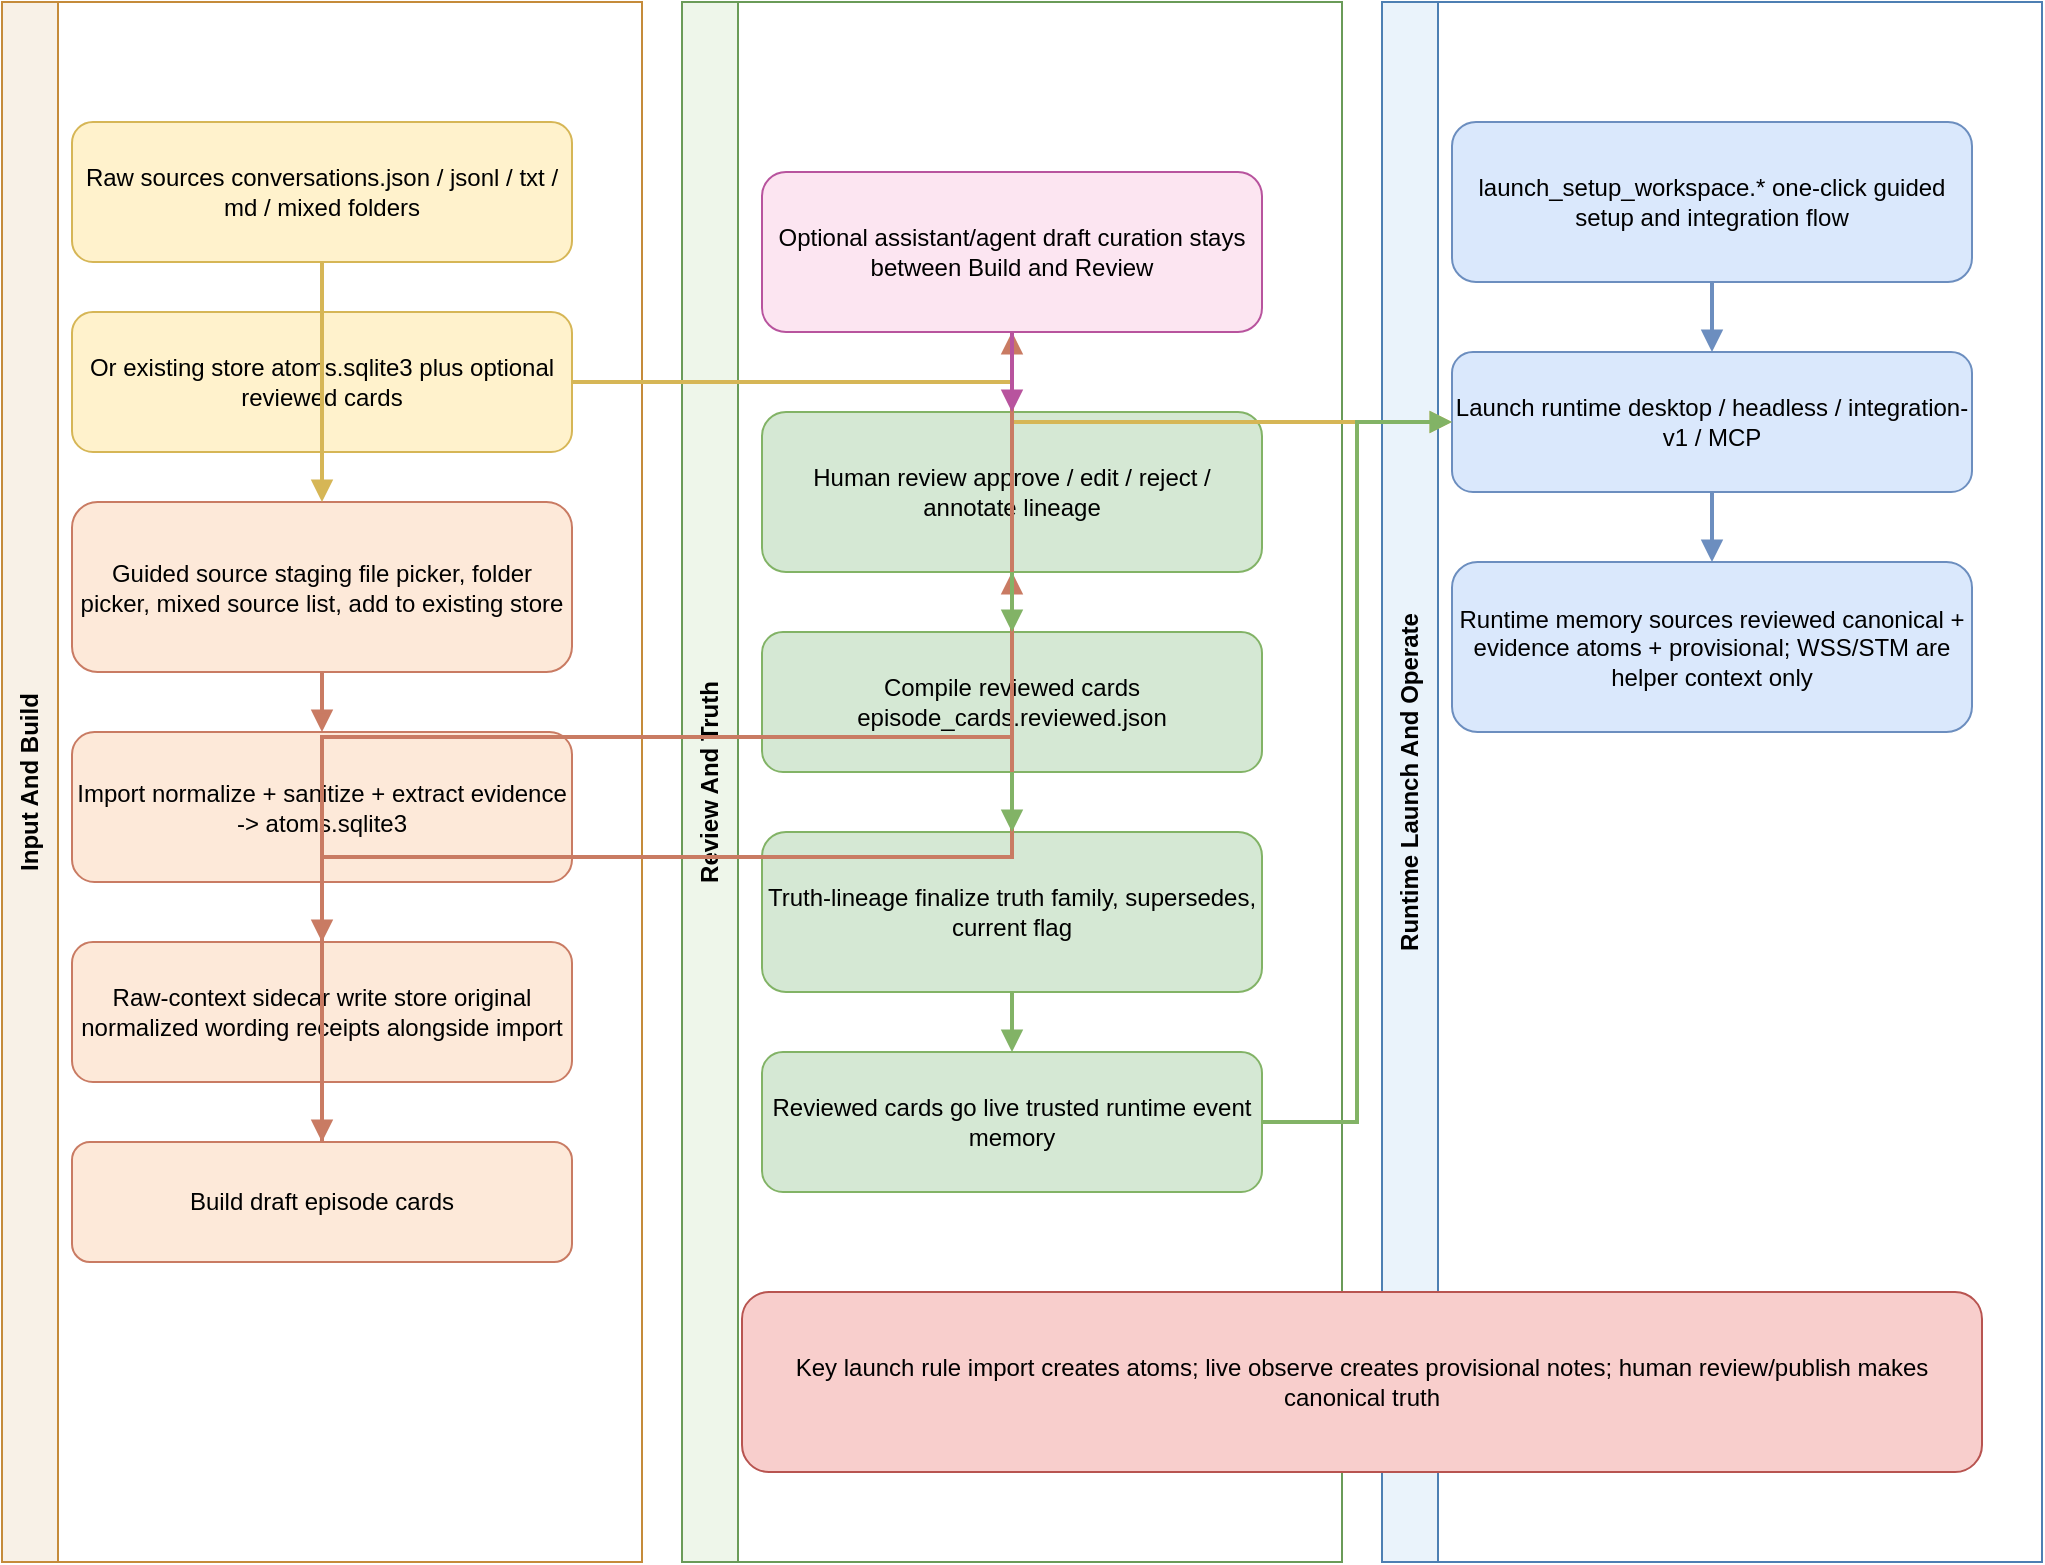
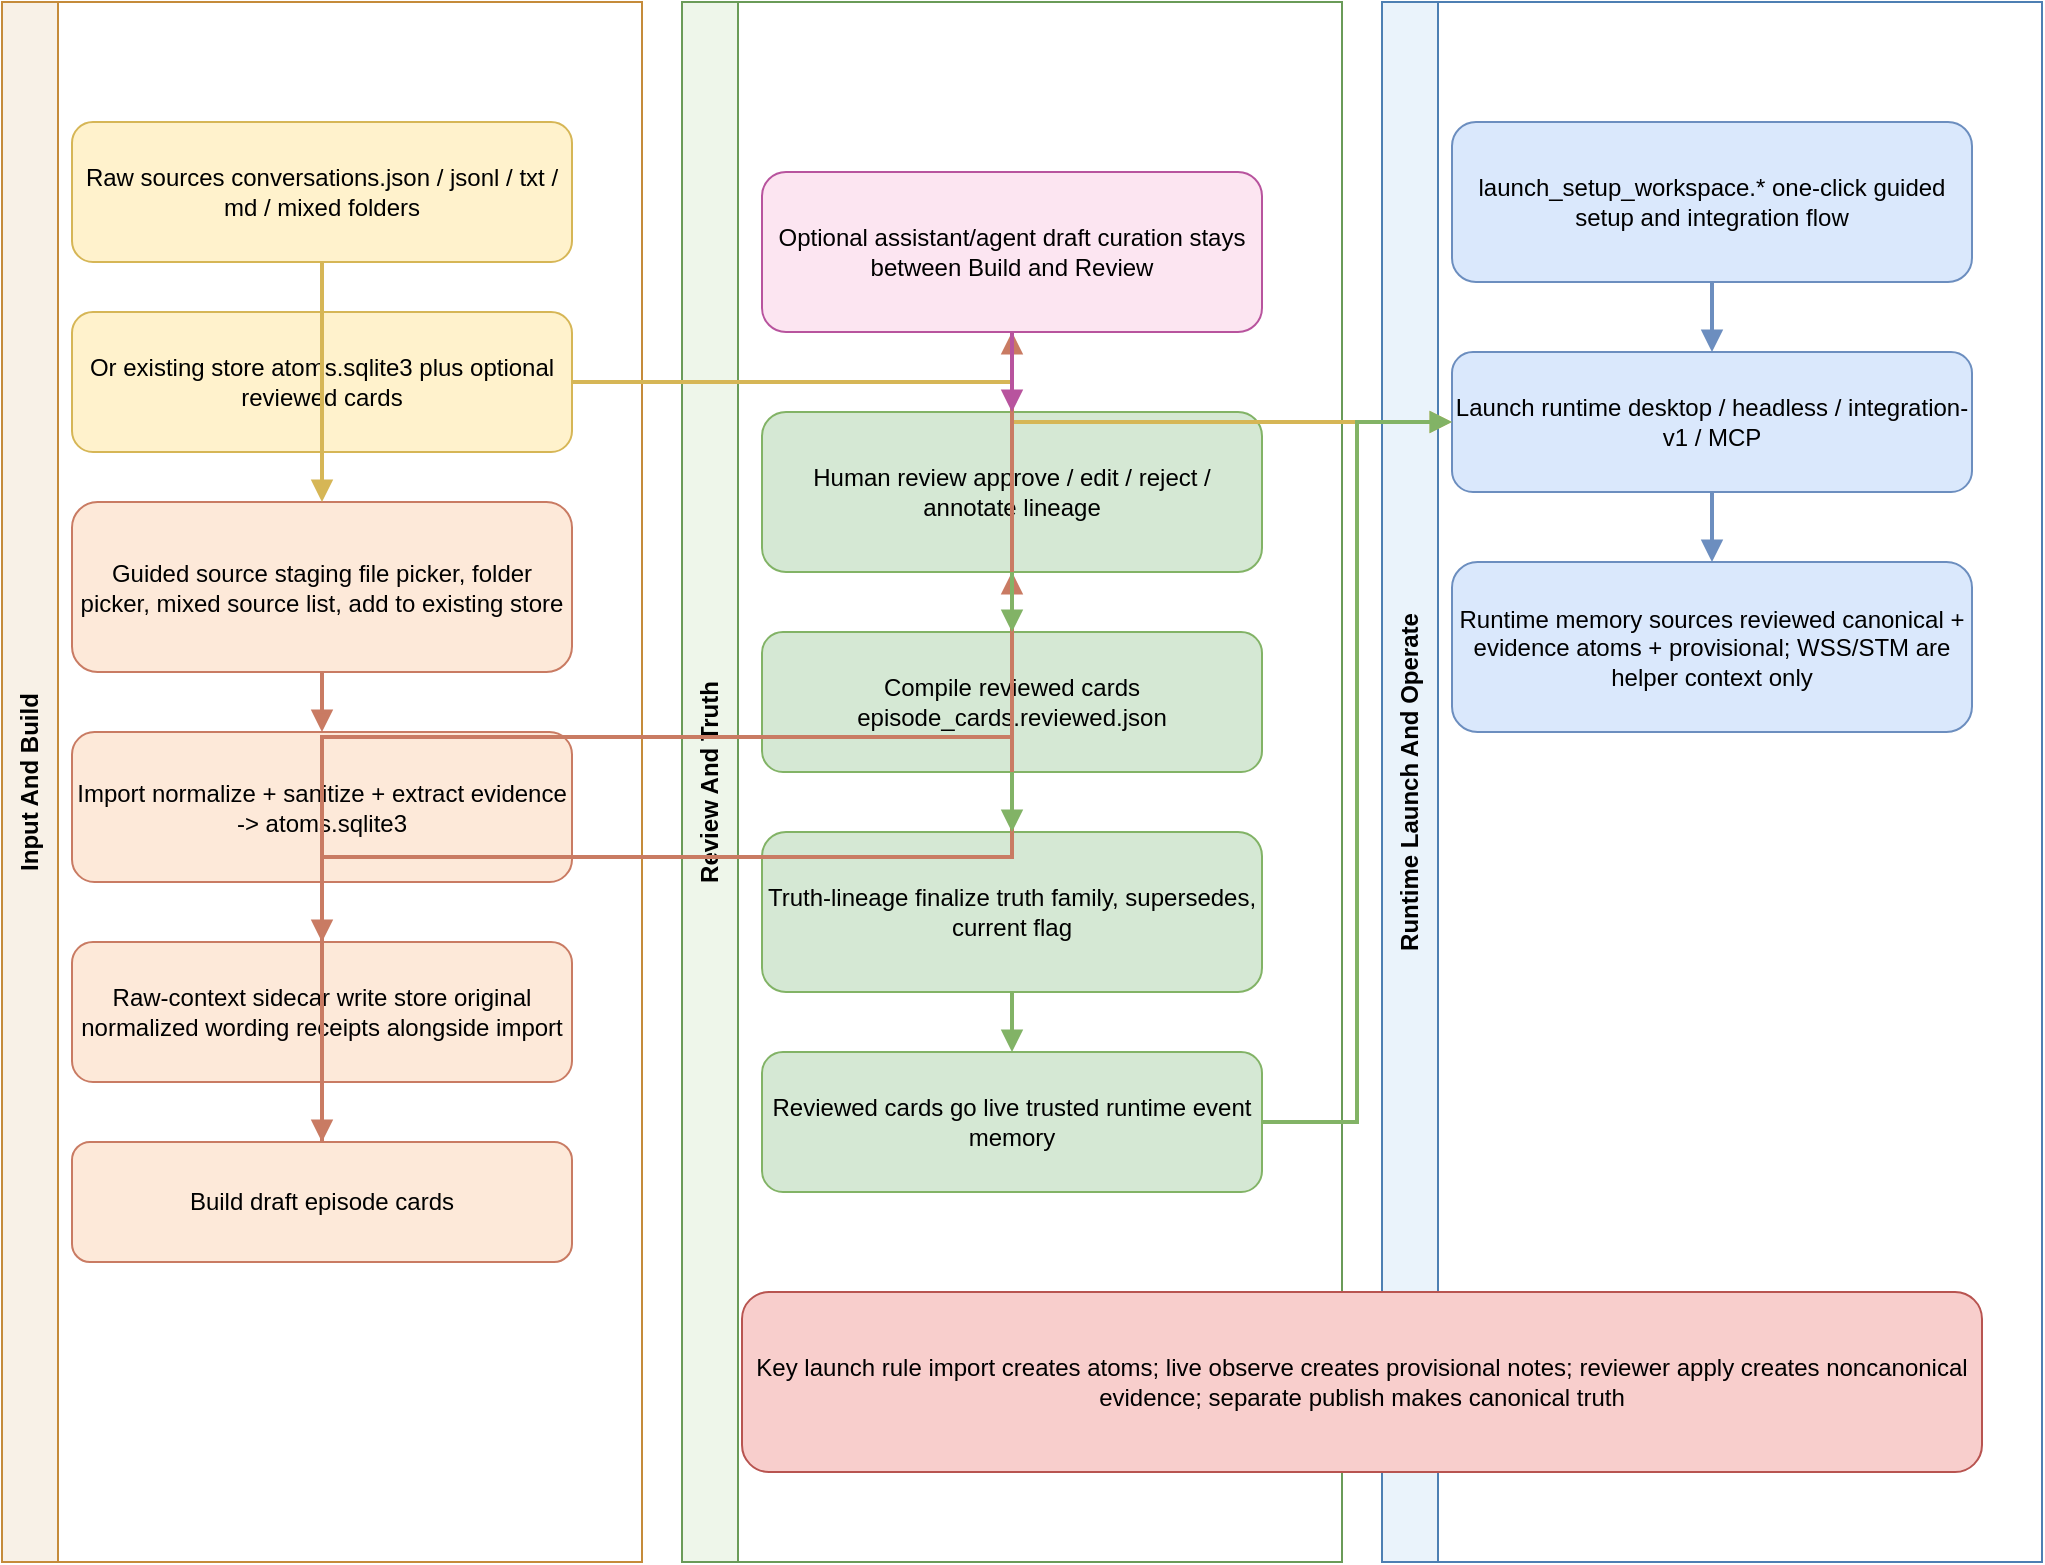
<mxfile host="app.diagrams.net" modified="2026-04-12T23:30:00.000Z" agent="Codex" version="24.7.17">
  <diagram id="launch-pipeline-engineering" name="Engineering Pipeline">
    <mxGraphModel dx="1650" dy="1050" grid="1" gridSize="10" guides="1" tooltips="1" connect="1" arrows="1" fold="1" page="1" pageScale="1" pageWidth="1600" pageHeight="980" math="0" shadow="0">
      <root>
        <mxCell id="0" />
        <mxCell id="1" parent="0" />
        <mxCell id="lane1" value="Input And Build" style="swimlane;whiteSpace=wrap;html=1;rounded=0;horizontal=0;startSize=28;fontStyle=1;fillColor=#f8f1e7;strokeColor=#c58b3a;" vertex="1" parent="1">
          <mxGeometry x="20" y="20" width="320" height="780" as="geometry" />
        </mxCell>
        <mxCell id="lane2" value="Review And Truth" style="swimlane;whiteSpace=wrap;html=1;rounded=0;horizontal=0;startSize=28;fontStyle=1;fillColor=#eef6ea;strokeColor=#6a9b58;" vertex="1" parent="1">
          <mxGeometry x="360" y="20" width="330" height="780" as="geometry" />
        </mxCell>
        <mxCell id="lane3" value="Runtime Launch And Operate" style="swimlane;whiteSpace=wrap;html=1;rounded=0;horizontal=0;startSize=28;fontStyle=1;fillColor=#eaf3fb;strokeColor=#4d7fb3;" vertex="1" parent="1">
          <mxGeometry x="710" y="20" width="330" height="780" as="geometry" />
        </mxCell>
        <mxCell id="l1" value="Raw sources&amp;#10;conversations.json / jsonl / txt / md / mixed folders" style="rounded=1;whiteSpace=wrap;html=1;fillColor=#fff2cc;strokeColor=#d6b656;" vertex="1" parent="1">
          <mxGeometry x="55" y="80" width="250" height="70" as="geometry" />
        </mxCell>
        <mxCell id="l2" value="Or existing store&amp;#10;atoms.sqlite3 plus optional reviewed cards" style="rounded=1;whiteSpace=wrap;html=1;fillColor=#fff2cc;strokeColor=#d6b656;" vertex="1" parent="1">
          <mxGeometry x="55" y="175" width="250" height="70" as="geometry" />
        </mxCell>
        <mxCell id="l3" value="Guided source staging&amp;#10;file picker, folder picker, mixed source list, add to existing store" style="rounded=1;whiteSpace=wrap;html=1;fillColor=#fde9d9;strokeColor=#c97b63;" vertex="1" parent="1">
          <mxGeometry x="55" y="270" width="250" height="85" as="geometry" />
        </mxCell>
        <mxCell id="l4" value="Import&amp;#10;normalize + sanitize + extract evidence -&amp;gt; atoms.sqlite3" style="rounded=1;whiteSpace=wrap;html=1;fillColor=#fde9d9;strokeColor=#c97b63;" vertex="1" parent="1">
          <mxGeometry x="55" y="385" width="250" height="75" as="geometry" />
        </mxCell>
        <mxCell id="l5" value="Raw-context sidecar write&amp;#10;store original normalized wording receipts alongside import" style="rounded=1;whiteSpace=wrap;html=1;fillColor=#fde9d9;strokeColor=#c97b63;" vertex="1" parent="1">
          <mxGeometry x="55" y="490" width="250" height="70" as="geometry" />
        </mxCell>
        <mxCell id="l6" value="Build draft episode cards" style="rounded=1;whiteSpace=wrap;html=1;fillColor=#fde9d9;strokeColor=#c97b63;" vertex="1" parent="1">
          <mxGeometry x="55" y="590" width="250" height="60" as="geometry" />
        </mxCell>
        <mxCell id="l7" value="Optional assistant/agent draft curation&amp;#10;stays between Build and Review" style="rounded=1;whiteSpace=wrap;html=1;fillColor=#fce5f1;strokeColor=#b8549e;" vertex="1" parent="1">
          <mxGeometry x="400" y="105" width="250" height="80" as="geometry" />
        </mxCell>
        <mxCell id="l8" value="Human review&amp;#10;approve / edit / reject / annotate lineage" style="rounded=1;whiteSpace=wrap;html=1;fillColor=#d5e8d4;strokeColor=#82b366;" vertex="1" parent="1">
          <mxGeometry x="400" y="225" width="250" height="80" as="geometry" />
        </mxCell>
        <mxCell id="l9" value="Compile reviewed cards&amp;#10;episode_cards.reviewed.json" style="rounded=1;whiteSpace=wrap;html=1;fillColor=#d5e8d4;strokeColor=#82b366;" vertex="1" parent="1">
          <mxGeometry x="400" y="335" width="250" height="70" as="geometry" />
        </mxCell>
        <mxCell id="l10" value="Truth-lineage finalize&amp;#10;truth family, supersedes, current flag" style="rounded=1;whiteSpace=wrap;html=1;fillColor=#d5e8d4;strokeColor=#82b366;" vertex="1" parent="1">
          <mxGeometry x="400" y="435" width="250" height="80" as="geometry" />
        </mxCell>
        <mxCell id="l11" value="Reviewed cards go live&amp;#10;trusted runtime event memory" style="rounded=1;whiteSpace=wrap;html=1;fillColor=#d5e8d4;strokeColor=#82b366;" vertex="1" parent="1">
          <mxGeometry x="400" y="545" width="250" height="70" as="geometry" />
        </mxCell>
        <mxCell id="l12" value="launch_setup_workspace.*&amp;#10;one-click guided setup and integration flow" style="rounded=1;whiteSpace=wrap;html=1;fillColor=#dae8fc;strokeColor=#6c8ebf;" vertex="1" parent="1">
          <mxGeometry x="745" y="80" width="260" height="80" as="geometry" />
        </mxCell>
        <mxCell id="l13" value="Launch runtime&amp;#10;desktop / headless / integration-v1 / MCP" style="rounded=1;whiteSpace=wrap;html=1;fillColor=#dae8fc;strokeColor=#6c8ebf;" vertex="1" parent="1">
          <mxGeometry x="745" y="195" width="260" height="70" as="geometry" />
        </mxCell>
        <mxCell id="l14" value="Runtime memory sources&amp;#10;reviewed canonical + evidence atoms + provisional; WSS/STM are helper context only" style="rounded=1;whiteSpace=wrap;html=1;fillColor=#dae8fc;strokeColor=#6c8ebf;" vertex="1" parent="1">
          <mxGeometry x="745" y="300" width="260" height="85" as="geometry" />
        </mxCell>
-         <mxCell id="l15" value="Key launch rule&amp;#10;import creates atoms; live observe creates provisional notes; human review/publish makes canonical truth" style="rounded=1;whiteSpace=wrap;html=1;fillColor=#f8cecc;strokeColor=#b85450;" vertex="1" parent="1">
+         <mxCell id="l15" value="Key launch rule&amp;#10;import creates atoms; live observe creates provisional notes; reviewer apply creates noncanonical evidence; separate publish makes canonical truth" style="rounded=1;whiteSpace=wrap;html=1;fillColor=#f8cecc;strokeColor=#b85450;" vertex="1" parent="1">
          <mxGeometry x="390" y="665" width="620" height="90" as="geometry" />
        </mxCell>
        <mxCell id="e2" edge="1" parent="1" source="l1" target="l3" style="edgeStyle=orthogonalEdgeStyle;orthogonalLoop=1;jettySize=auto;jumpStyle=arc;jumpSize=6;endArrow=block;endFill=1;html=1;rounded=0;strokeWidth=2;strokeColor=#d6b656;entryX=0.5;entryY=0;entryPerimeter=1;exitX=0.5;exitY=1;exitPerimeter=1;">
          <mxGeometry relative="1" as="geometry" />
        </mxCell>
        <mxCell id="e3" edge="1" parent="1" source="l2" target="l13" style="edgeStyle=orthogonalEdgeStyle;orthogonalLoop=1;jettySize=auto;jumpStyle=arc;jumpSize=6;endArrow=block;endFill=1;html=1;rounded=0;strokeWidth=2;strokeColor=#d6b656;entryX=0;entryY=0.5;entryPerimeter=1;exitX=1;exitY=0.5;exitPerimeter=1;">
          <mxGeometry relative="1" as="geometry" />
        </mxCell>
        <mxCell id="e4" edge="1" parent="1" source="l3" target="l4" style="edgeStyle=orthogonalEdgeStyle;orthogonalLoop=1;jettySize=auto;jumpStyle=arc;jumpSize=6;endArrow=block;endFill=1;html=1;rounded=0;strokeWidth=2;strokeColor=#c97b63;entryX=0.5;entryY=0;entryPerimeter=1;exitX=0.5;exitY=1;exitPerimeter=1;">
          <mxGeometry relative="1" as="geometry" />
        </mxCell>
        <mxCell id="e5" edge="1" parent="1" source="l4" target="l5" style="edgeStyle=orthogonalEdgeStyle;orthogonalLoop=1;jettySize=auto;jumpStyle=arc;jumpSize=6;endArrow=block;endFill=1;html=1;rounded=0;strokeWidth=2;strokeColor=#c97b63;entryX=0.5;entryY=0;entryPerimeter=1;exitX=0.5;exitY=1;exitPerimeter=1;">
          <mxGeometry relative="1" as="geometry" />
        </mxCell>
        <mxCell id="e6" edge="1" parent="1" source="l4" target="l6" style="edgeStyle=orthogonalEdgeStyle;orthogonalLoop=1;jettySize=auto;jumpStyle=arc;jumpSize=6;endArrow=block;endFill=1;html=1;rounded=0;strokeWidth=2;strokeColor=#c97b63;entryX=0.5;entryY=0;entryPerimeter=1;exitX=0.5;exitY=1;exitPerimeter=1;">
          <mxGeometry relative="1" as="geometry" />
        </mxCell>
        <mxCell id="e7" edge="1" parent="1" source="l6" target="l7" style="edgeStyle=orthogonalEdgeStyle;orthogonalLoop=1;jettySize=auto;jumpStyle=arc;jumpSize=6;endArrow=block;endFill=1;html=1;rounded=0;strokeWidth=2;strokeColor=#c97b63;entryX=0.5;entryY=1;entryPerimeter=1;exitX=0.5;exitY=0;exitPerimeter=1;">
          <mxGeometry relative="1" as="geometry" />
        </mxCell>
        <mxCell id="e8" edge="1" parent="1" source="l6" target="l8" style="edgeStyle=orthogonalEdgeStyle;orthogonalLoop=1;jettySize=auto;jumpStyle=arc;jumpSize=6;endArrow=block;endFill=1;html=1;rounded=0;strokeWidth=2;strokeColor=#c97b63;entryX=0.5;entryY=1;entryPerimeter=1;exitX=0.5;exitY=0;exitPerimeter=1;">
          <mxGeometry relative="1" as="geometry" />
        </mxCell>
        <mxCell id="e9" edge="1" parent="1" source="l7" target="l8" style="edgeStyle=orthogonalEdgeStyle;orthogonalLoop=1;jettySize=auto;jumpStyle=arc;jumpSize=6;endArrow=block;endFill=1;html=1;rounded=0;strokeWidth=2;strokeColor=#b8549e;entryX=0.5;entryY=0;entryPerimeter=1;exitX=0.5;exitY=1;exitPerimeter=1;">
          <mxGeometry relative="1" as="geometry" />
        </mxCell>
        <mxCell id="e10" edge="1" parent="1" source="l8" target="l9" style="edgeStyle=orthogonalEdgeStyle;orthogonalLoop=1;jettySize=auto;jumpStyle=arc;jumpSize=6;endArrow=block;endFill=1;html=1;rounded=0;strokeWidth=2;strokeColor=#82b366;entryX=0.5;entryY=0;entryPerimeter=1;exitX=0.5;exitY=1;exitPerimeter=1;">
          <mxGeometry relative="1" as="geometry" />
        </mxCell>
        <mxCell id="e11" edge="1" parent="1" source="l9" target="l10" style="edgeStyle=orthogonalEdgeStyle;orthogonalLoop=1;jettySize=auto;jumpStyle=arc;jumpSize=6;endArrow=block;endFill=1;html=1;rounded=0;strokeWidth=2;strokeColor=#82b366;entryX=0.5;entryY=0;entryPerimeter=1;exitX=0.5;exitY=1;exitPerimeter=1;">
          <mxGeometry relative="1" as="geometry" />
        </mxCell>
        <mxCell id="e12" edge="1" parent="1" source="l10" target="l11" style="edgeStyle=orthogonalEdgeStyle;orthogonalLoop=1;jettySize=auto;jumpStyle=arc;jumpSize=6;endArrow=block;endFill=1;html=1;rounded=0;strokeWidth=2;strokeColor=#82b366;entryX=0.5;entryY=0;entryPerimeter=1;exitX=0.5;exitY=1;exitPerimeter=1;">
          <mxGeometry relative="1" as="geometry" />
        </mxCell>
        <mxCell id="e13" edge="1" parent="1" source="l11" target="l13" style="edgeStyle=orthogonalEdgeStyle;orthogonalLoop=1;jettySize=auto;jumpStyle=arc;jumpSize=6;endArrow=block;endFill=1;html=1;rounded=0;strokeWidth=2;strokeColor=#82b366;entryX=0;entryY=0.5;entryPerimeter=1;exitX=1;exitY=0.5;exitPerimeter=1;">
          <mxGeometry relative="1" as="geometry" />
        </mxCell>
        <mxCell id="e14" edge="1" parent="1" source="l12" target="l13" style="edgeStyle=orthogonalEdgeStyle;orthogonalLoop=1;jettySize=auto;jumpStyle=arc;jumpSize=6;endArrow=block;endFill=1;html=1;rounded=0;strokeWidth=2;strokeColor=#6c8ebf;entryX=0.5;entryY=0;entryPerimeter=1;exitX=0.5;exitY=1;exitPerimeter=1;">
          <mxGeometry relative="1" as="geometry" />
        </mxCell>
        <mxCell id="e15" edge="1" parent="1" source="l13" target="l14" style="edgeStyle=orthogonalEdgeStyle;orthogonalLoop=1;jettySize=auto;jumpStyle=arc;jumpSize=6;endArrow=block;endFill=1;html=1;rounded=0;strokeWidth=2;strokeColor=#6c8ebf;entryX=0.5;entryY=0;entryPerimeter=1;exitX=0.5;exitY=1;exitPerimeter=1;">
          <mxGeometry relative="1" as="geometry" />
        </mxCell>
      </root>
    </mxGraphModel>
  </diagram>
  <diagram id="launch-pipeline-caveman" name="Caveman Pipeline">
    <mxGraphModel dx="1450" dy="900" grid="1" gridSize="10" guides="1" tooltips="1" connect="1" arrows="1" fold="1" page="1" pageScale="1" pageWidth="1450" pageHeight="900" math="0" shadow="0">
      <root>
        <mxCell id="0" />
        <mxCell id="1" parent="0" />
        <mxCell id="q1" value="1. Click the starter file or open the app." style="rounded=1;whiteSpace=wrap;html=1;fillColor=#fff2cc;strokeColor=#d6b656;" vertex="1" parent="1">
          <mxGeometry x="60" y="90" width="240" height="70" as="geometry" />
        </mxCell>
        <mxCell id="q2" value="2. Pick files, folders, or an existing store.&amp;#10;You can mix folders and single files." style="rounded=1;whiteSpace=wrap;html=1;fillColor=#fff2cc;strokeColor=#d6b656;" vertex="1" parent="1">
          <mxGeometry x="360" y="90" width="280" height="90" as="geometry" />
        </mxCell>
        <mxCell id="q3" value="3. MNO cleans the pile and makes atoms.&amp;#10;Atoms = small evidence pieces." style="rounded=1;whiteSpace=wrap;html=1;fillColor=#fde9d9;strokeColor=#c97b63;" vertex="1" parent="1">
          <mxGeometry x="700" y="90" width="260" height="90" as="geometry" />
        </mxCell>
        <mxCell id="q4" value="4. MNO also keeps a wording receipt for quote checks." style="rounded=1;whiteSpace=wrap;html=1;fillColor=#fde9d9;strokeColor=#c97b63;" vertex="1" parent="1">
          <mxGeometry x="1020" y="90" width="260" height="80" as="geometry" />
        </mxCell>
        <mxCell id="q5" value="5. MNO builds rough story cards.&amp;#10;Rough = draft, not trusted yet." style="rounded=1;whiteSpace=wrap;html=1;fillColor=#fde9d9;strokeColor=#c97b63;" vertex="1" parent="1">
          <mxGeometry x="160" y="280" width="270" height="90" as="geometry" />
        </mxCell>
        <mxCell id="q6" value="6. Assistant/agent can help clean the draft, but it stays draft-only." style="rounded=1;whiteSpace=wrap;html=1;fillColor=#fce5f1;strokeColor=#b8549e;" vertex="1" parent="1">
          <mxGeometry x="500" y="280" width="310" height="90" as="geometry" />
        </mxCell>
        <mxCell id="q7" value="7. Human decides what becomes trusted memory." style="rounded=1;whiteSpace=wrap;html=1;fillColor=#d5e8d4;strokeColor=#82b366;" vertex="1" parent="1">
          <mxGeometry x="880" y="280" width="280" height="80" as="geometry" />
        </mxCell>
        <mxCell id="q8" value="8. Corrected reviewed cards stay linked so old vs current truth is clearer." style="rounded=1;whiteSpace=wrap;html=1;fillColor=#d5e8d4;strokeColor=#82b366;" vertex="1" parent="1">
          <mxGeometry x="260" y="470" width="360" height="90" as="geometry" />
        </mxCell>
        <mxCell id="q9" value="9. Reviewed memory goes live in the runtime." style="rounded=1;whiteSpace=wrap;html=1;fillColor=#dae8fc;strokeColor=#6c8ebf;" vertex="1" parent="1">
          <mxGeometry x="700" y="470" width="280" height="80" as="geometry" />
        </mxCell>
        <mxCell id="q10" value="Words to know&amp;#10;MCP = Model Context Protocol&amp;#10;ANN = approximate nearest neighbor&amp;#10;WSS = work-session scratchpad" style="rounded=1;whiteSpace=wrap;html=1;fillColor=#e1d5e7;strokeColor=#9673a6;" vertex="1" parent="1">
          <mxGeometry x="480" y="640" width="320" height="90" as="geometry" />
        </mxCell>
        <mxCell id="e2" edge="1" parent="1" source="q1" target="q2" style="edgeStyle=orthogonalEdgeStyle;orthogonalLoop=1;jettySize=auto;jumpStyle=arc;jumpSize=6;endArrow=block;endFill=1;html=1;rounded=0;strokeWidth=2;strokeColor=#d6b656;entryX=0;entryY=0.5;entryPerimeter=1;exitX=1;exitY=0.5;exitPerimeter=1;">
          <mxGeometry relative="1" as="geometry" />
        </mxCell>
        <mxCell id="e3" edge="1" parent="1" source="q2" target="q3" style="edgeStyle=orthogonalEdgeStyle;orthogonalLoop=1;jettySize=auto;jumpStyle=arc;jumpSize=6;endArrow=block;endFill=1;html=1;rounded=0;strokeWidth=2;strokeColor=#d6b656;entryX=0;entryY=0.5;entryPerimeter=1;exitX=1;exitY=0.5;exitPerimeter=1;">
          <mxGeometry relative="1" as="geometry" />
        </mxCell>
        <mxCell id="e4" edge="1" parent="1" source="q3" target="q4" style="edgeStyle=orthogonalEdgeStyle;orthogonalLoop=1;jettySize=auto;jumpStyle=arc;jumpSize=6;endArrow=block;endFill=1;html=1;rounded=0;strokeWidth=2;strokeColor=#c97b63;entryX=0;entryY=0.5;entryPerimeter=1;exitX=1;exitY=0.5;exitPerimeter=1;">
          <mxGeometry relative="1" as="geometry" />
        </mxCell>
        <mxCell id="e5" edge="1" parent="1" source="q3" target="q5" style="edgeStyle=orthogonalEdgeStyle;orthogonalLoop=1;jettySize=auto;jumpStyle=arc;jumpSize=6;endArrow=block;endFill=1;html=1;rounded=0;strokeWidth=2;strokeColor=#c97b63;entryX=1;entryY=0.5;entryPerimeter=1;exitX=0;exitY=0.5;exitPerimeter=1;">
          <mxGeometry relative="1" as="geometry" />
        </mxCell>
        <mxCell id="e6" edge="1" parent="1" source="q5" target="q6" style="edgeStyle=orthogonalEdgeStyle;orthogonalLoop=1;jettySize=auto;jumpStyle=arc;jumpSize=6;endArrow=block;endFill=1;html=1;rounded=0;strokeWidth=2;strokeColor=#c97b63;entryX=0;entryY=0.5;entryPerimeter=1;exitX=1;exitY=0.5;exitPerimeter=1;">
          <mxGeometry relative="1" as="geometry" />
        </mxCell>
        <mxCell id="e7" edge="1" parent="1" source="q6" target="q7" style="edgeStyle=orthogonalEdgeStyle;orthogonalLoop=1;jettySize=auto;jumpStyle=arc;jumpSize=6;endArrow=block;endFill=1;html=1;rounded=0;strokeWidth=2;strokeColor=#b8549e;entryX=0;entryY=0.5;entryPerimeter=1;exitX=1;exitY=0.5;exitPerimeter=1;">
          <mxGeometry relative="1" as="geometry" />
        </mxCell>
        <mxCell id="e8" edge="1" parent="1" source="q7" target="q8" style="edgeStyle=orthogonalEdgeStyle;orthogonalLoop=1;jettySize=auto;jumpStyle=arc;jumpSize=6;endArrow=block;endFill=1;html=1;rounded=0;strokeWidth=2;strokeColor=#82b366;entryX=1;entryY=0.5;entryPerimeter=1;exitX=0;exitY=0.5;exitPerimeter=1;">
          <mxGeometry relative="1" as="geometry" />
        </mxCell>
        <mxCell id="e9" edge="1" parent="1" source="q8" target="q9" style="edgeStyle=orthogonalEdgeStyle;orthogonalLoop=1;jettySize=auto;jumpStyle=arc;jumpSize=6;endArrow=block;endFill=1;html=1;rounded=0;strokeWidth=2;strokeColor=#82b366;entryX=0;entryY=0.5;entryPerimeter=1;exitX=1;exitY=0.5;exitPerimeter=1;">
          <mxGeometry relative="1" as="geometry" />
        </mxCell>
      </root>
    </mxGraphModel>
  </diagram>
</mxfile>
